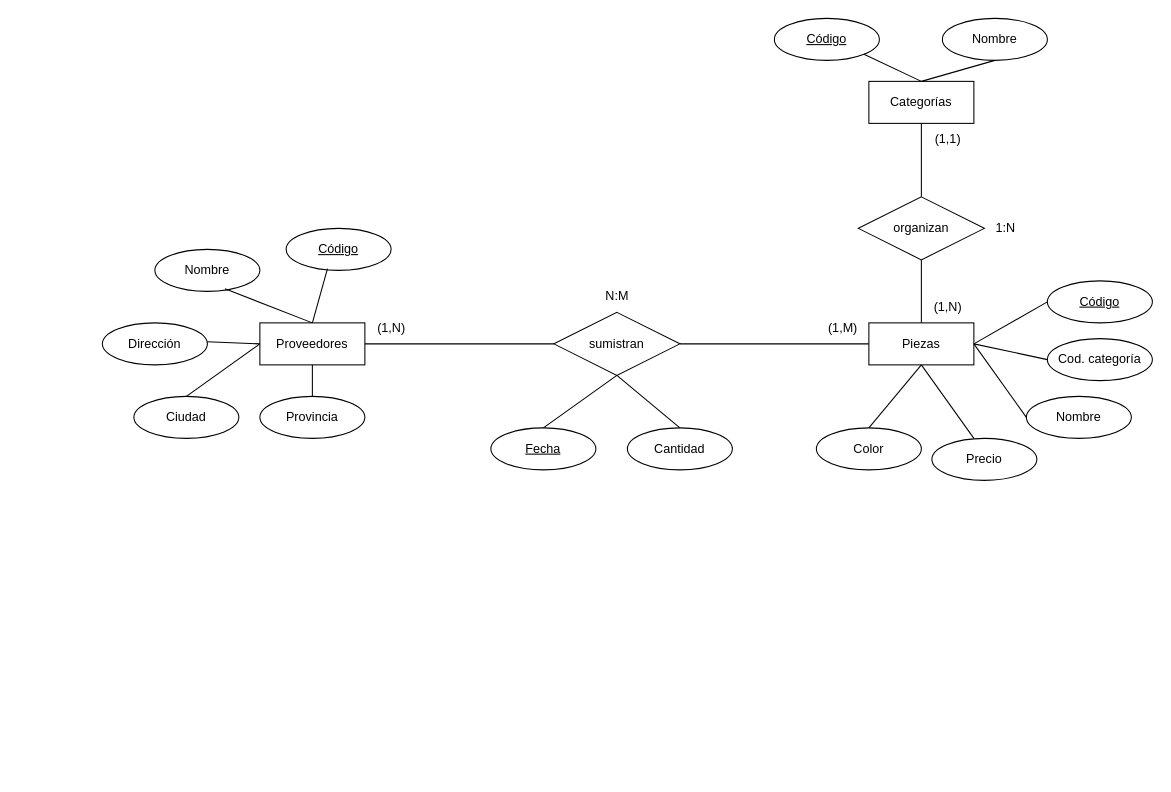
The draw.io diagram Untitled Diagram.drawio in popnoart/popnoart, before the edit. Source tidied: cells renumbered, new cells numbered last; positions are measured from the earlier drawing's top-left corner, leaving out a move shared by most shapes. Both pictures are drawn from the tidied source at 105%, with x=0, y=0 at pixel (102, 18).
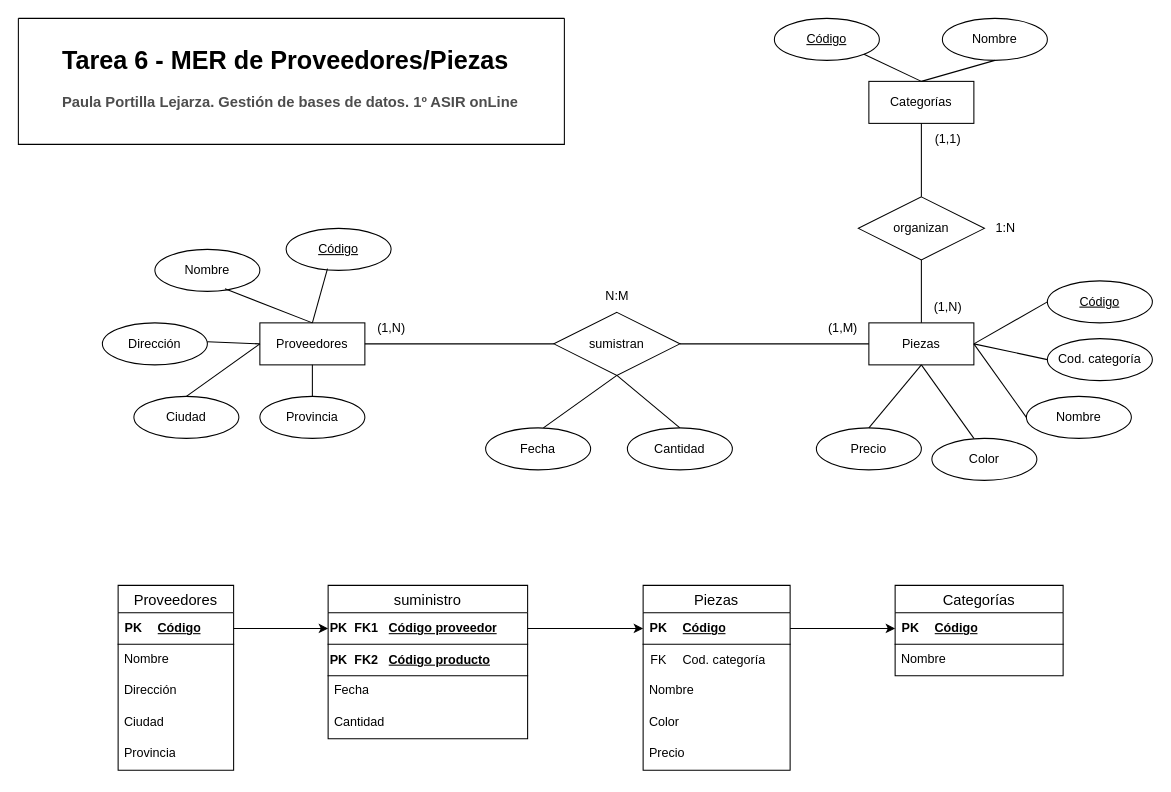
The same diagram, later.

Unchanged cells that the change refers to:
```xml
<mxCell id="8" value="sumistran" style="shape=rhombus;perimeter=rhombusPerimeter;whiteSpace=wrap;html=1;align=center;" parent="1" vertex="1">
  <mxGeometry x="430" y="280" width="120" height="60" as="geometry" />
</mxCell>
```

Diff of the diagram source:
```diff
@@
-    <mxCell id="9" value="Fecha" style="ellipse;whiteSpace=wrap;html=1;align=center;fontStyle=4;" parent="1" vertex="1">
-      <mxGeometry x="370" y="390" width="100" height="40" as="geometry" />
-    </mxCell>
@@
-    <mxCell id="14" value="Color" style="ellipse;whiteSpace=wrap;html=1;align=center;" parent="1" vertex="1">
+    <mxCell id="14" value="Precio" style="ellipse;whiteSpace=wrap;html=1;align=center;" parent="1" vertex="1">
       <mxGeometry x="680" y="390" width="100" height="40" as="geometry" />
     </mxCell>
-    <mxCell id="15" value="Precio" style="ellipse;whiteSpace=wrap;html=1;align=center;" parent="1" vertex="1">
+    <mxCell id="15" value="Color" style="ellipse;whiteSpace=wrap;html=1;align=center;" parent="1" vertex="1">
       <mxGeometry x="790" y="400" width="100" height="40" as="geometry" />
     </mxCell>
@@
-    <mxCell id="28" style="endArrow=none;html=1;rounded=0;exitX=0.5;exitY=0;exitDx=0;exitDy=0;entryX=0.5;entryY=1;entryDx=0;entryDy=0;" parent="1" edge="1" source="9" target="8">
-      <mxGeometry relative="1" as="geometry" />
+    <mxCell id="28" style="endArrow=none;html=1;rounded=0;exitX=0.5;exitY=0;exitDx=0;exitDy=0;entryX=0.5;entryY=1;entryDx=0;entryDy=0;" parent="1" edge="1" target="8">
+      <mxGeometry relative="1" as="geometry">
+        <mxPoint x="420" y="390" as="sourcePoint" />
+      </mxGeometry>
     </mxCell>
@@
+    <mxCell id="45" style="swimlane;startSize=0;" parent="1" vertex="1">
+      <mxGeometry x="-80" width="520" height="120" as="geometry" />
+    </mxCell>
+    <mxCell id="46" value="&lt;h1 style=&quot;margin-top: 0px;&quot;&gt;Tarea 6 - MER de Proveedores/Piezas&lt;/h1&gt;&lt;h3&gt;&lt;font color=&quot;#4d4d4d&quot;&gt;Paula Portilla Lejarza.&amp;nbsp;&lt;/font&gt;&lt;span style=&quot;background-color: initial; font-size: 14.04px;&quot;&gt;&lt;font color=&quot;#4d4d4d&quot;&gt;Gestión de bases de datos. 1º ASIR onLine&lt;/font&gt;&lt;/span&gt;&lt;/h3&gt;" style="text;html=1;whiteSpace=wrap;overflow=hidden;rounded=0;" parent="45" vertex="1">
+      <mxGeometry x="40" y="20" width="860" height="120" as="geometry" />
+    </mxCell>
+    <mxCell id="47" value="Proveedores" style="swimlane;fontStyle=0;horizontal=1;startSize=26;align=center;fontSize=14;" parent="1" vertex="1">
+      <mxGeometry x="15" y="540" width="110" height="176" as="geometry" />
+    </mxCell>
+    <mxCell id="48" style="shape=table;startSize=0;childLayout=tableLayout;rowLines=0;fontStyle=0;align=center;strokeColor=none;fillColor=none;" parent="47" vertex="1">
+      <mxGeometry y="26" width="110" height="30" as="geometry" />
+    </mxCell>
+    <mxCell id="49" style="shape=tableRow;horizontal=0;startSize=0;swimlaneHead=0;swimlaneBody=0;fillColor=none;points=[[0,0.5],[1,0.5]];portConstraint=eastwest;top=0;left=0;right=0;bottom=1;" parent="48" vertex="1">
+      <mxGeometry width="110" height="30" as="geometry" />
+    </mxCell>
+    <mxCell id="50" value="PK" style="shape=partialRectangle;fillColor=none;top=0;left=0;bottom=0;right=0;fontStyle=1;overflow=hidden;whiteSpace=wrap;html=1;" parent="49" vertex="1">
+      <mxGeometry width="30" height="30" as="geometry" />
+    </mxCell>
+    <mxCell id="51" value="Código" style="shape=partialRectangle;fillColor=none;top=0;left=0;bottom=0;right=0;align=left;spacingLeft=6;fontStyle=5;overflow=hidden;whiteSpace=wrap;html=1;" parent="49" vertex="1">
+      <mxGeometry x="30" width="80" height="30" as="geometry" />
+    </mxCell>
+    <mxCell id="52" value="Nombre" style="text;strokeColor=none;fillColor=none;spacingLeft=4;spacingRight=4;overflow=hidden;fontSize=12;whiteSpace=wrap;html=1;" parent="47" vertex="1">
+      <mxGeometry y="56" width="110" height="30" as="geometry" />
+    </mxCell>
+    <mxCell id="53" value="Dirección" style="text;strokeColor=none;fillColor=none;spacingLeft=4;spacingRight=4;overflow=hidden;fontSize=12;whiteSpace=wrap;html=1;" parent="47" vertex="1">
+      <mxGeometry y="86" width="110" height="30" as="geometry" />
+    </mxCell>
+    <mxCell id="54" value="Ciudad" style="text;strokeColor=none;fillColor=none;spacingLeft=4;spacingRight=4;overflow=hidden;fontSize=12;whiteSpace=wrap;html=1;" parent="47" vertex="1">
+      <mxGeometry y="116" width="110" height="30" as="geometry" />
+    </mxCell>
+    <mxCell id="55" value="Provincia" style="text;strokeColor=none;fillColor=none;spacingLeft=4;spacingRight=4;overflow=hidden;fontSize=12;whiteSpace=wrap;html=1;" parent="47" vertex="1">
+      <mxGeometry y="146" width="110" height="30" as="geometry" />
+    </mxCell>
+    <mxCell id="56" value="Piezas" style="swimlane;fontStyle=0;horizontal=1;startSize=26;align=center;fontSize=14;" parent="1" vertex="1">
+      <mxGeometry x="515" y="540" width="140" height="176" as="geometry" />
+    </mxCell>
+    <mxCell id="57" style="shape=table;startSize=0;childLayout=tableLayout;rowLines=0;fontStyle=0;align=center;strokeColor=none;fillColor=none;" parent="56" vertex="1">
+      <mxGeometry y="26" width="140" height="30" as="geometry" />
+    </mxCell>
+    <mxCell id="58" style="shape=tableRow;horizontal=0;startSize=0;swimlaneHead=0;swimlaneBody=0;fillColor=none;points=[[0,0.5],[1,0.5]];portConstraint=eastwest;top=0;left=0;right=0;bottom=1;" parent="57" vertex="1">
+      <mxGeometry width="140" height="30" as="geometry" />
+    </mxCell>
+    <mxCell id="59" value="PK" style="shape=partialRectangle;fillColor=none;top=0;left=0;bottom=0;right=0;fontStyle=1;overflow=hidden;whiteSpace=wrap;html=1;" parent="58" vertex="1">
+      <mxGeometry width="30" height="30" as="geometry" />
+    </mxCell>
+    <mxCell id="60" value="Código" style="shape=partialRectangle;fillColor=none;top=0;left=0;bottom=0;right=0;align=left;spacingLeft=6;fontStyle=5;overflow=hidden;whiteSpace=wrap;html=1;" parent="58" vertex="1">
+      <mxGeometry x="30" width="110" height="30" as="geometry" />
+    </mxCell>
+    <mxCell id="61" style="shape=table;startSize=0;childLayout=tableLayout;rowLines=0;fontStyle=0;align=center;strokeColor=none;fillColor=none;" parent="56" vertex="1">
+      <mxGeometry y="56" width="140" height="30" as="geometry" />
+    </mxCell>
+    <mxCell id="62" style="shape=tableRow;horizontal=0;startSize=0;swimlaneHead=0;swimlaneBody=0;fillColor=none;top=0;left=0;right=0;bottom=0;" parent="61" vertex="1">
+      <mxGeometry width="140" height="30" as="geometry" />
+    </mxCell>
+    <mxCell id="63" value="FK" style="shape=partialRectangle;fillColor=none;top=0;left=0;bottom=0;right=0;fontStyle=0;overflow=hidden;whiteSpace=wrap;html=1;" parent="62" vertex="1">
+      <mxGeometry width="30" height="30" as="geometry" />
+    </mxCell>
+    <mxCell id="64" value="Cod. categoría" style="shape=partialRectangle;fillColor=none;top=0;left=0;bottom=0;right=0;align=left;spacingLeft=6;fontStyle=0;overflow=hidden;whiteSpace=wrap;html=1;" parent="62" vertex="1">
+      <mxGeometry x="30" width="110" height="30" as="geometry" />
+    </mxCell>
+    <mxCell id="65" value="Nombre" style="text;strokeColor=none;fillColor=none;spacingLeft=4;spacingRight=4;overflow=hidden;fontSize=12;whiteSpace=wrap;html=1;" parent="56" vertex="1">
+      <mxGeometry y="86" width="140" height="30" as="geometry" />
+    </mxCell>
+    <mxCell id="66" value="Color" style="text;strokeColor=none;fillColor=none;spacingLeft=4;spacingRight=4;overflow=hidden;fontSize=12;whiteSpace=wrap;html=1;" parent="56" vertex="1">
+      <mxGeometry y="116" width="140" height="30" as="geometry" />
+    </mxCell>
+    <mxCell id="67" value="Precio" style="text;strokeColor=none;fillColor=none;spacingLeft=4;spacingRight=4;overflow=hidden;fontSize=12;whiteSpace=wrap;html=1;" parent="56" vertex="1">
+      <mxGeometry y="146" width="140" height="30" as="geometry" />
+    </mxCell>
+    <mxCell id="68" value="Categorías" style="swimlane;fontStyle=0;horizontal=1;startSize=26;align=center;fontSize=14;" parent="1" vertex="1">
+      <mxGeometry x="755" y="540" width="160" height="86" as="geometry" />
+    </mxCell>
+    <mxCell id="69" style="shape=table;startSize=0;childLayout=tableLayout;rowLines=0;fontStyle=0;align=center;strokeColor=none;fillColor=none;" parent="68" vertex="1">
+      <mxGeometry y="26" width="160" height="30" as="geometry" />
+    </mxCell>
+    <mxCell id="70" style="shape=tableRow;horizontal=0;startSize=0;swimlaneHead=0;swimlaneBody=0;fillColor=none;points=[[0,0.5],[1,0.5]];portConstraint=eastwest;top=0;left=0;right=0;bottom=1;" parent="69" vertex="1">
+      <mxGeometry width="160" height="30" as="geometry" />
+    </mxCell>
+    <mxCell id="71" value="PK" style="shape=partialRectangle;fillColor=none;top=0;left=0;bottom=0;right=0;fontStyle=1;overflow=hidden;whiteSpace=wrap;html=1;" parent="70" vertex="1">
+      <mxGeometry width="30" height="30" as="geometry" />
+    </mxCell>
+    <mxCell id="72" value="Código" style="shape=partialRectangle;fillColor=none;top=0;left=0;bottom=0;right=0;align=left;spacingLeft=6;fontStyle=5;overflow=hidden;whiteSpace=wrap;html=1;" parent="70" vertex="1">
+      <mxGeometry x="30" width="130" height="30" as="geometry" />
+    </mxCell>
+    <mxCell id="73" value="Nombre" style="text;strokeColor=none;fillColor=none;spacingLeft=4;spacingRight=4;overflow=hidden;fontSize=12;whiteSpace=wrap;html=1;" parent="68" vertex="1">
+      <mxGeometry y="56" width="160" height="30" as="geometry" />
+    </mxCell>
+    <mxCell id="74" value="suministro" style="swimlane;fontStyle=0;horizontal=1;startSize=26;align=center;fontSize=14;" parent="1" vertex="1">
+      <mxGeometry x="215" y="540" width="190" height="146" as="geometry" />
+    </mxCell>
+    <mxCell id="75" style="shape=table;startSize=0;childLayout=tableLayout;rowLines=0;fontStyle=0;align=center;strokeColor=none;fillColor=none;" parent="74" vertex="1">
+      <mxGeometry y="26" width="190" height="30" as="geometry" />
+    </mxCell>
+    <mxCell id="76" style="shape=tableRow;horizontal=0;startSize=0;swimlaneHead=0;swimlaneBody=0;fillColor=none;points=[[0,0.5],[1,0.5]];portConstraint=eastwest;top=0;left=0;right=0;bottom=1;" parent="75" vertex="1">
+      <mxGeometry width="190" height="30" as="geometry" />
+    </mxCell>
+    <mxCell id="77" value="PK&amp;nbsp; FK1" style="shape=partialRectangle;fillColor=none;top=0;left=0;bottom=0;right=0;fontStyle=1;overflow=hidden;whiteSpace=wrap;html=1;" parent="76" vertex="1">
+      <mxGeometry width="50" height="30" as="geometry" />
+    </mxCell>
+    <mxCell id="78" value="Código proveedor" style="shape=partialRectangle;fillColor=none;top=0;left=0;bottom=0;right=0;align=left;spacingLeft=6;fontStyle=5;overflow=hidden;whiteSpace=wrap;html=1;" parent="76" vertex="1">
+      <mxGeometry x="50" width="140" height="30" as="geometry" />
+    </mxCell>
+    <mxCell id="79" style="shape=table;startSize=0;childLayout=tableLayout;rowLines=0;fontStyle=0;align=center;strokeColor=none;fillColor=none;" parent="74" vertex="1">
+      <mxGeometry y="56" width="190" height="30" as="geometry" />
+    </mxCell>
+    <mxCell id="80" style="shape=tableRow;horizontal=0;startSize=0;swimlaneHead=0;swimlaneBody=0;fillColor=none;top=0;left=0;right=0;bottom=1;" parent="79" vertex="1">
+      <mxGeometry width="190" height="30" as="geometry" />
+    </mxCell>
+    <mxCell id="81" value="PK&amp;nbsp; FK2" style="shape=partialRectangle;fillColor=none;top=0;left=0;bottom=0;right=0;fontStyle=1;overflow=hidden;whiteSpace=wrap;html=1;" parent="80" vertex="1">
+      <mxGeometry width="50" height="30" as="geometry" />
+    </mxCell>
+    <mxCell id="82" value="Código producto" style="shape=partialRectangle;fillColor=none;top=0;left=0;bottom=0;right=0;align=left;spacingLeft=6;fontStyle=5;overflow=hidden;whiteSpace=wrap;html=1;" parent="80" vertex="1">
+      <mxGeometry x="50" width="140" height="30" as="geometry" />
+    </mxCell>
+    <mxCell id="83" value="Fecha" style="text;strokeColor=none;fillColor=none;spacingLeft=4;spacingRight=4;overflow=hidden;fontSize=12;whiteSpace=wrap;html=1;" parent="74" vertex="1">
+      <mxGeometry y="86" width="190" height="30" as="geometry" />
+    </mxCell>
+    <mxCell id="84" value="Cantidad" style="text;strokeColor=none;fillColor=none;spacingLeft=4;spacingRight=4;overflow=hidden;fontSize=12;whiteSpace=wrap;html=1;" parent="74" vertex="1">
+      <mxGeometry y="116" width="190" height="30" as="geometry" />
+    </mxCell>
+    <mxCell id="85" value="Fecha" style="ellipse;whiteSpace=wrap;html=1;align=center;" parent="1" vertex="1">
+      <mxGeometry x="365" y="390" width="100" height="40" as="geometry" />
+    </mxCell>
+    <mxCell id="86" style="edgeStyle=orthogonalEdgeStyle;rounded=0;jettySize=auto;html=1;exitX=1;exitY=0.5;exitDx=0;exitDy=0;" parent="1" edge="1" source="76" target="58">
+      <mxGeometry relative="1" as="geometry" />
+    </mxCell>
+    <mxCell id="87" style="edgeStyle=orthogonalEdgeStyle;rounded=0;jettySize=auto;html=1;exitX=1;exitY=0.5;exitDx=0;exitDy=0;entryX=0;entryY=0.5;entryDx=0;entryDy=0;" parent="1" edge="1" source="49" target="76">
+      <mxGeometry relative="1" as="geometry" />
+    </mxCell>
+    <mxCell id="88" style="edgeStyle=orthogonalEdgeStyle;rounded=0;jettySize=auto;html=1;exitX=1;exitY=0.5;exitDx=0;exitDy=0;entryX=0;entryY=0.5;entryDx=0;entryDy=0;" parent="1" edge="1" source="58" target="70">
+      <mxGeometry relative="1" as="geometry" />
+    </mxCell>
```
